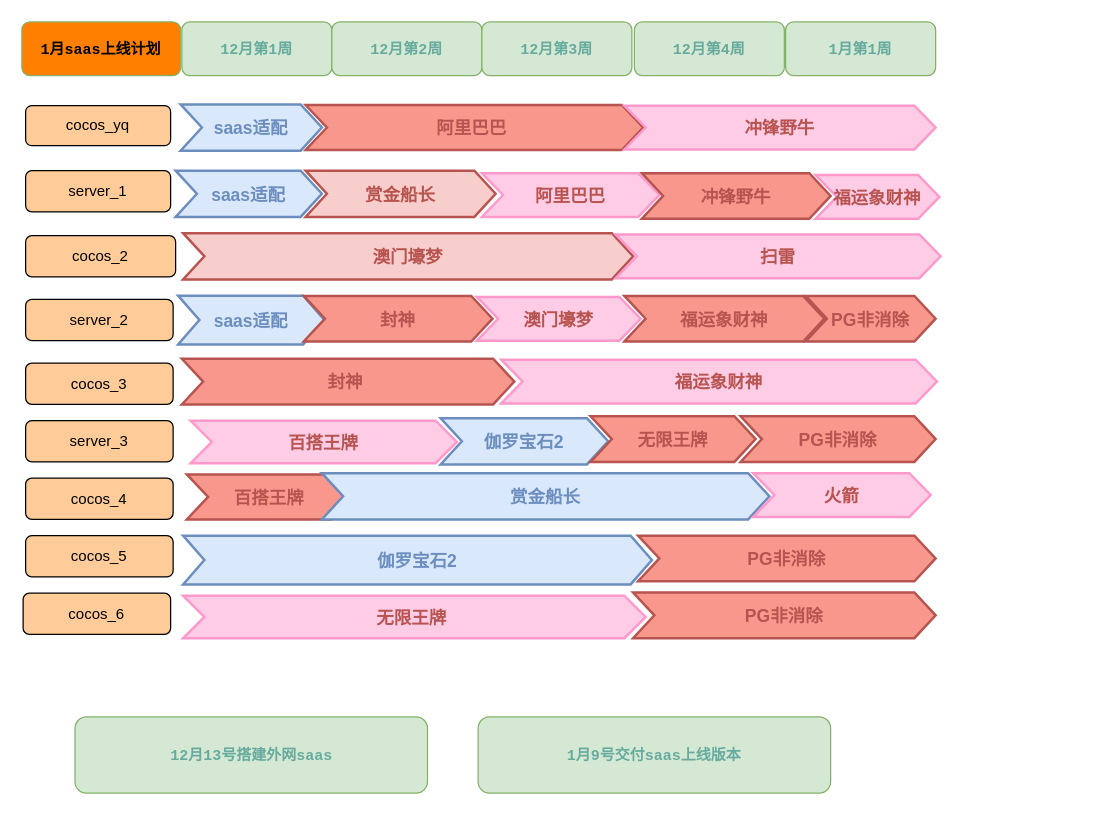
Before: 10月计划.drawio in iteevohe/images, a draw.io diagram. Source tidied: cells renumbered, new cells numbered last; positions are measured from the earlier drawing's top-left corner, leaving out a move shared by most shapes. Both pictures are drawn from the tidied source at 125%, with x=0, y=0 at pixel (21, 21).
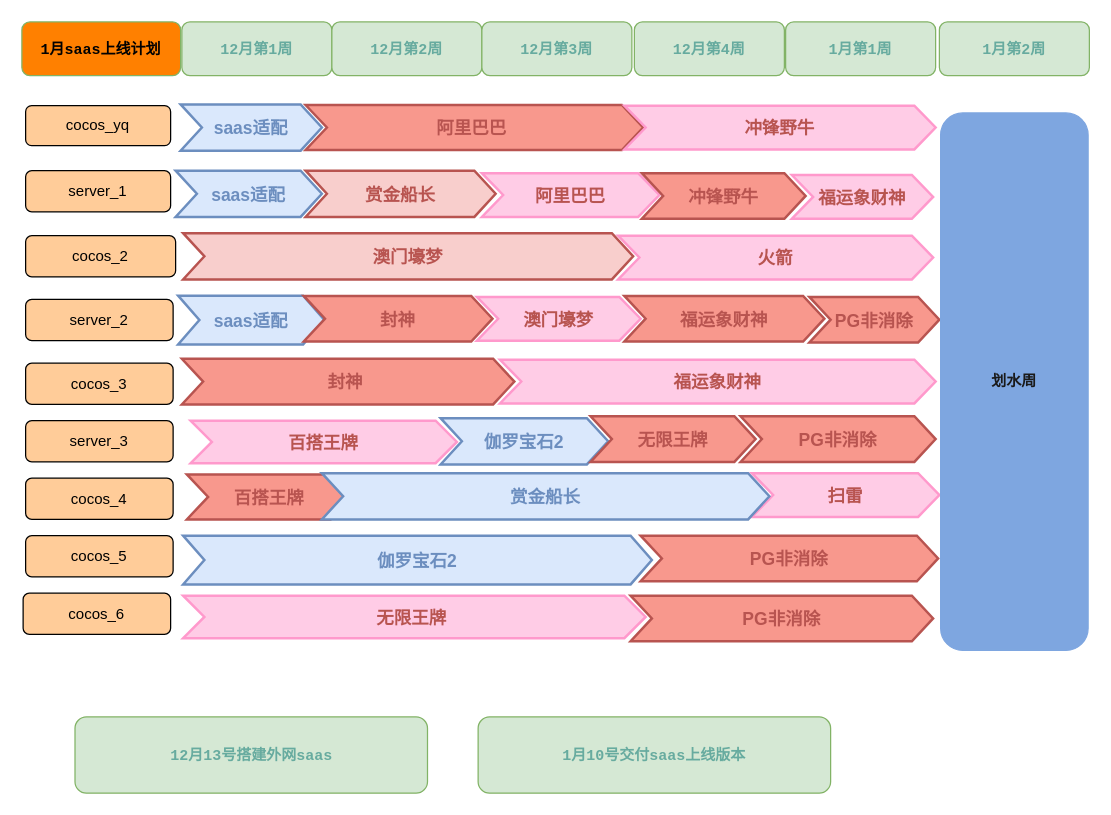
The same diagram, later.

Change to the diagram source:
```diff
@@
     <mxCell id="16" value="福运象财神" style="shape=step;perimeter=stepPerimeter;strokeColor=#FF99CC;fontFamily=Helvetica;fontSize=14;fontColor=#B85450;fillColor=#FFCCE6;fixedSize=1;size=17;fontStyle=1;strokeWidth=2;spacingTop=0;" parent="1" vertex="1">
-      <mxGeometry x="383.5" y="270.2" width="348.5" height="35" as="geometry" />
+      <mxGeometry x="382.5" y="270.2" width="348.5" height="35" as="geometry" />
     </mxCell>
@@
     <mxCell id="19" value="扫雷" style="shape=step;perimeter=stepPerimeter;strokeColor=#FF99CC;fontFamily=Helvetica;fontSize=14;fontColor=#B85450;fillColor=#FFCCE6;fixedSize=1;size=17;fontStyle=1;strokeWidth=2;spacingTop=0;" parent="1" vertex="1">
-      <mxGeometry x="475" y="170" width="260" height="35" as="geometry" />
+      <mxGeometry x="584" y="361" width="150" height="35" as="geometry" />
     </mxCell>
@@
     <mxCell id="33" value="冲锋野牛" style="shape=step;perimeter=stepPerimeter;strokeColor=#B85450;fontFamily=Helvetica;fontSize=14;fontColor=#B85450;fillColor=#F8988D;fixedSize=1;size=17;fontStyle=1;strokeWidth=2;spacingTop=0;" parent="1" vertex="1">
-      <mxGeometry x="496" y="121" width="151" height="36.5" as="geometry" />
+      <mxGeometry x="496" y="121" width="131" height="36.5" as="geometry" />
     </mxCell>
@@
     <mxCell id="36" value="火箭" style="shape=step;perimeter=stepPerimeter;strokeColor=#FF99CC;fontFamily=Helvetica;fontSize=14;fontColor=#B85450;fillColor=#FFCCE6;fixedSize=1;size=17;fontStyle=1;strokeWidth=2;spacingTop=0;" parent="1" vertex="1">
-      <mxGeometry x="585" y="361" width="142" height="35" as="geometry" />
+      <mxGeometry x="477" y="171" width="252" height="35" as="geometry" />
     </mxCell>
@@
     <mxCell id="39" value="PG非消除" style="shape=step;perimeter=stepPerimeter;strokeColor=#B85450;fontFamily=Helvetica;fontSize=14;fontColor=#B85450;fillColor=#F8988D;fixedSize=1;size=17;fontStyle=1;strokeWidth=2;spacingTop=0;" parent="1" vertex="1">
-      <mxGeometry x="493" y="411" width="238" height="36.5" as="geometry" />
+      <mxGeometry x="495" y="411" width="238" height="36.5" as="geometry" />
     </mxCell>
     <mxCell id="40" value="福运象财神" style="shape=step;perimeter=stepPerimeter;strokeColor=#FF99CC;fontFamily=Helvetica;fontSize=14;fontColor=#B85450;fillColor=#FFCCE6;fixedSize=1;size=17;fontStyle=1;strokeWidth=2;spacingTop=0;" parent="1" vertex="1">
-      <mxGeometry x="635" y="122.5" width="99" height="35" as="geometry" />
+      <mxGeometry x="616" y="122.5" width="113" height="35" as="geometry" />
     </mxCell>
     <mxCell id="41" value="PG非消除" style="shape=step;perimeter=stepPerimeter;strokeColor=#B85450;fontFamily=Helvetica;fontSize=14;fontColor=#B85450;fillColor=#F8988D;fixedSize=1;size=17;fontStyle=1;strokeWidth=2;spacingTop=0;" parent="1" vertex="1">
-      <mxGeometry x="489" y="456.5" width="242" height="36.5" as="geometry" />
+      <mxGeometry x="487" y="459" width="242" height="36.5" as="geometry" />
     </mxCell>
@@
     <mxCell id="44" value="PG非消除" style="shape=step;perimeter=stepPerimeter;strokeColor=#B85450;fontFamily=Helvetica;fontSize=14;fontColor=#B85450;fillColor=#F8988D;fixedSize=1;size=17;fontStyle=1;strokeWidth=2;spacingTop=0;" parent="1" vertex="1">
-      <mxGeometry x="627" y="219.2" width="104" height="36.5" as="geometry" />
+      <mxGeometry x="630" y="220" width="104" height="36.5" as="geometry" />
     </mxCell>
@@
-    <mxCell id="47" value="&lt;font color=&quot;#67ab9f&quot; style=&quot;&quot; face=&quot;Courier New&quot;&gt;&lt;b style=&quot;&quot;&gt;1月9号交付saas上线版本&lt;/b&gt;&lt;/font&gt;" style="rounded=1;whiteSpace=wrap;html=1;fillColor=#d5e8d4;strokeColor=#82b366;" parent="1" vertex="1">
+    <mxCell id="47" value="&lt;font color=&quot;#67ab9f&quot; style=&quot;&quot; face=&quot;Courier New&quot;&gt;&lt;b style=&quot;&quot;&gt;1月10号交付saas上线版本&lt;/b&gt;&lt;/font&gt;" style="rounded=1;whiteSpace=wrap;html=1;fillColor=#d5e8d4;strokeColor=#82b366;" parent="1" vertex="1">
       <mxGeometry x="365" y="556" width="282" height="61" as="geometry" />
     </mxCell>
+    <mxCell id="48" value="&lt;div style=&quot;&quot;&gt;&lt;b style=&quot;color: rgb(26, 26, 26); font-family: &amp;quot;Courier New&amp;quot;; background-color: initial;&quot;&gt;划水周&lt;/b&gt;&lt;/div&gt;" style="rounded=1;whiteSpace=wrap;html=1;fillColor=#7EA6E0;strokeColor=#7EA6E0;align=center;" parent="1" vertex="1">
+      <mxGeometry x="735" y="72.8" width="118" height="430" as="geometry" />
+    </mxCell>
+    <mxCell id="49" value="&lt;font color=&quot;#67ab9f&quot; style=&quot;&quot; face=&quot;Courier New&quot;&gt;&lt;b style=&quot;&quot;&gt;1月第2周&lt;/b&gt;&lt;/font&gt;" style="rounded=1;whiteSpace=wrap;html=1;fillColor=#d5e8d4;strokeColor=#82b366;" parent="1" vertex="1">
+      <mxGeometry x="734" width="120" height="43" as="geometry" />
+    </mxCell>
```
